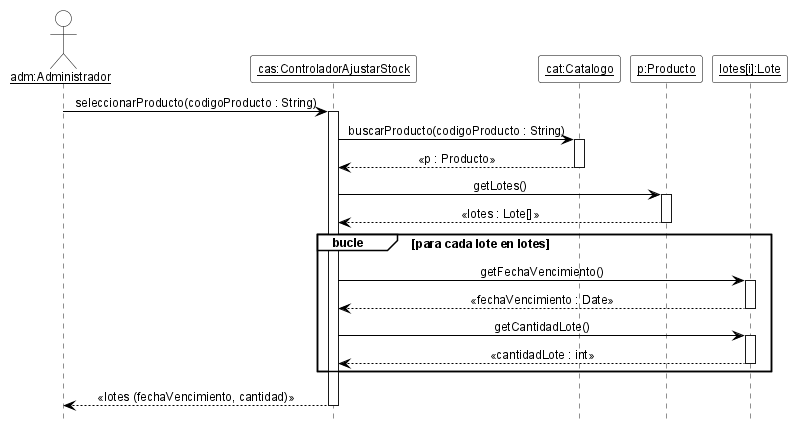
Earlier version of the PlantUML export 08-Diagrama De Secuencia/DSD_CU-06_seleccionarProducto.png (cirotop/Stock-Project).
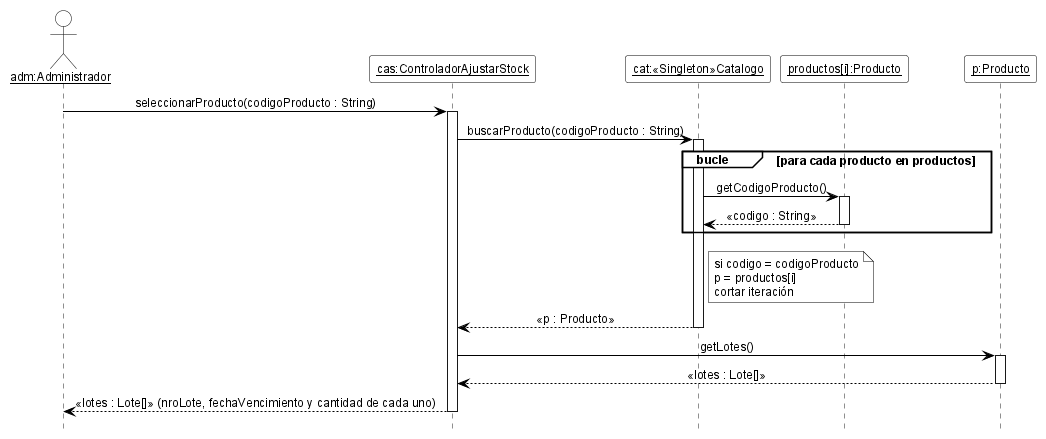
The same file after the commit.

Diff of the diagram source:
```diff
@@ -7,6 +7,8 @@
 skinparam ArrowColor black
 skinparam ParticipantBackgroundColor white
 skinparam ParticipantBorderColor black
+skinparam CollectionsBackgroundColor white
+skinparam CollectionsBorderColor black
 skinparam ActorBackgroundColor white
 skinparam ActorBorderColor black
 skinparam LifeLineBorderColor black
@@ -19,21 +21,24 @@
 
 actor "<u>adm:Administrador</u>" as adm
 participant "<u>cas:ControladorAjustarStock</u>" as cas
-participant "<u>cat:Catalogo</u>" as cat
+participant "<u>cat:«Singleton»Catalogo</u>" as cat
+participant "<u>productos[i]:Producto</u>" as pi
 participant "<u>p:Producto</u>" as p
-participant "<u>lotes[i]:Lote</u>" as li
 
 adm -> cas ++ : seleccionarProducto(codigoProducto : String)
 cas -> cat ++ : buscarProducto(codigoProducto : String)
+group bucle [para cada producto en productos]
+  cat -> pi ++ : getCodigoProducto()
+  pi --> cat -- : «codigo : String»
+end
+note right of cat
+  si codigo = codigoProducto
+  p = productos[i]
+  cortar iteración
+end note
 cat --> cas -- : «p : Producto»
 cas -> p ++ : getLotes()
 p --> cas -- : «lotes : Lote[]»
-group bucle [para cada lote en lotes]
-  cas -> li ++ : getFechaVencimiento()
-  li --> cas -- : «fechaVencimiento : Date»
-  cas -> li ++ : getCantidadLote()
-  li --> cas -- : «cantidadLote : int»
-end
-cas --> adm -- : «lotes (fechaVencimiento, cantidad)»
+cas --> adm -- : «lotes : Lote[]» (nroLote, fechaVencimiento y cantidad de cada uno)
 
 @enduml
```
